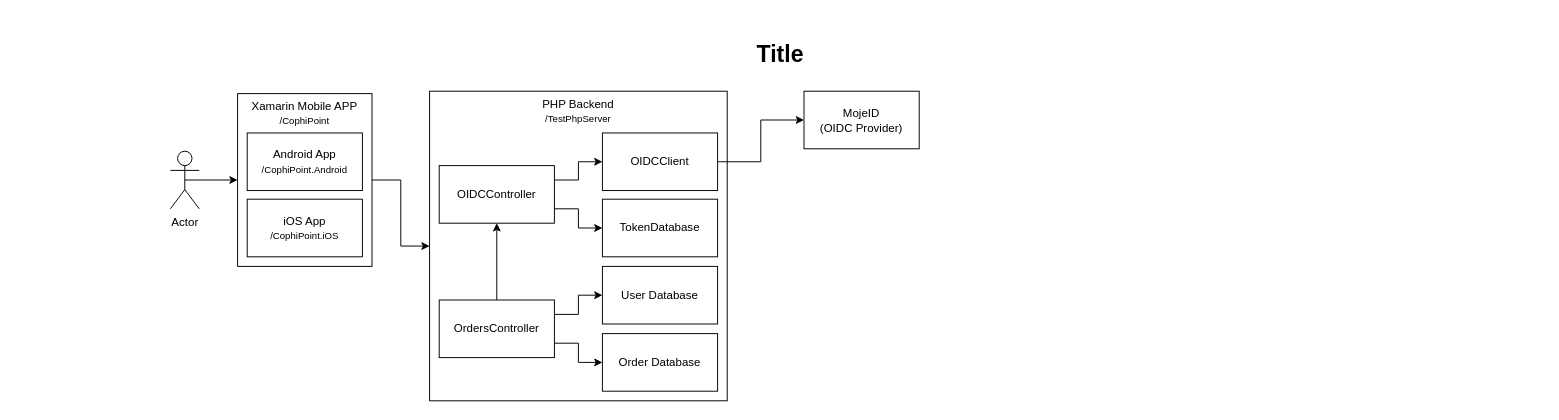
Earlier version of the draw.io diagram Docs/GeneralRelation.drawio (bubyx-nektvar/CophiPoint). Source tidied: cells renumbered, new cells numbered last; positions are measured from the earlier drawing's top-left corner, leaving out a move shared by most shapes. Both pictures are drawn from the tidied source at 96%, with x=0, y=0 at pixel (16, 36).
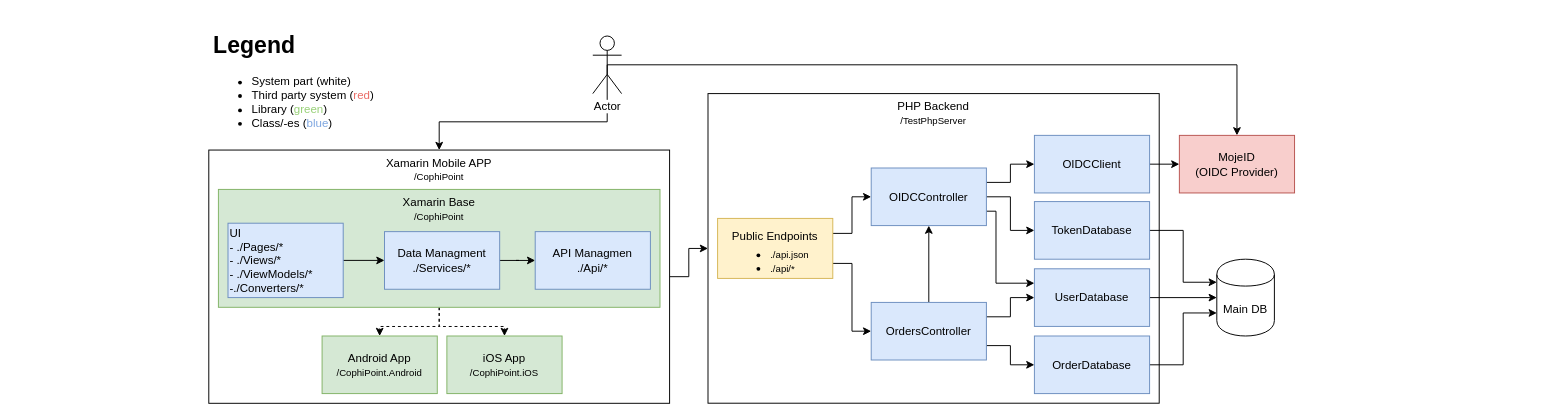
The same diagram, later.

Diff of the diagram source:
```diff
@@
-    <mxCell id="2" value="Title" style="text;strokeColor=none;fillColor=none;html=1;fontSize=24;fontStyle=1;verticalAlign=middle;align=center;" parent="1" vertex="1">
-      <mxGeometry width="1590" height="40" as="geometry" />
-    </mxCell>
+    <mxCell id="23" style="edgeStyle=orthogonalEdgeStyle;rounded=0;jettySize=auto;html=1;exitX=0.5;exitY=0.5;exitDx=0;exitDy=0;exitPerimeter=0;entryX=0.5;entryY=0;entryDx=0;entryDy=0;" parent="1" edge="1" source="4" target="19">
+      <mxGeometry relative="1" as="geometry" />
+    </mxCell>
-    <mxCell id="3" style="edgeStyle=orthogonalEdgeStyle;rounded=0;jettySize=auto;html=1;exitX=0.5;exitY=0.5;exitDx=0;exitDy=0;exitPerimeter=0;entryX=0;entryY=0.5;entryDx=0;entryDy=0;" parent="1" edge="1" source="4" target="6">
+    <mxCell id="3" style="edgeStyle=orthogonalEdgeStyle;rounded=0;jettySize=auto;html=1;exitX=0.5;exitY=0.5;exitDx=0;exitDy=0;exitPerimeter=0;entryX=0.5;entryY=0;entryDx=0;entryDy=0;" parent="1" edge="1" source="4" target="6">
       <mxGeometry relative="1" as="geometry" />
     </mxCell>
     <mxCell id="4" value="Actor" style="shape=umlActor;verticalLabelPosition=bottom;labelBackgroundColor=#ffffff;verticalAlign=top;html=1;outlineConnect=0;" parent="1" vertex="1">
-      <mxGeometry x="160" y="120" width="30" height="60" as="geometry" />
+      <mxGeometry x="600" width="30" height="60" as="geometry" />
     </mxCell>
@@
     <mxCell id="6" value="Xamarin Mobile APP&lt;br&gt;&lt;font style=&quot;font-size: 10px&quot;&gt;/CophiPoint&lt;/font&gt;" style="rounded=0;whiteSpace=wrap;html=1;verticalAlign=top;" parent="1" vertex="1">
-      <mxGeometry x="230" y="60" width="140" height="180" as="geometry" />
+      <mxGeometry x="200" y="118.8" width="480" height="263.8" as="geometry" />
     </mxCell>
     <mxCell id="7" value="PHP Backend&lt;br&gt;&lt;font style=&quot;font-size: 10px&quot;&gt;/TestPhpServer&lt;/font&gt;" style="rounded=0;whiteSpace=wrap;html=1;verticalAlign=top;" parent="1" vertex="1">
-      <mxGeometry x="430" y="57.5" width="310" height="322.5" as="geometry" />
+      <mxGeometry x="720" y="60" width="470" height="322.5" as="geometry" />
     </mxCell>
-    <mxCell id="8" value="Android App&lt;br&gt;&lt;font style=&quot;font-size: 10px&quot;&gt;/CophiPoint.Android&lt;/font&gt;" style="rounded=0;whiteSpace=wrap;html=1;" parent="1" vertex="1">
-      <mxGeometry x="240" y="101" width="120" height="60" as="geometry" />
+    <mxCell id="8" value="Android App&lt;br&gt;&lt;font style=&quot;font-size: 10px&quot;&gt;/CophiPoint.Android&lt;/font&gt;" style="rounded=0;whiteSpace=wrap;html=1;fillColor=#d5e8d4;strokeColor=#82b366;" parent="1" vertex="1">
+      <mxGeometry x="318" y="312.5" width="120" height="60" as="geometry" />
     </mxCell>
-    <mxCell id="9" value="iOS App&lt;br&gt;&lt;font style=&quot;font-size: 10px&quot;&gt;/CophiPoint.iOS&lt;/font&gt;" style="rounded=0;whiteSpace=wrap;html=1;" parent="1" vertex="1">
-      <mxGeometry x="240" y="170" width="120" height="60" as="geometry" />
+    <mxCell id="9" value="iOS App&lt;br&gt;&lt;font style=&quot;font-size: 10px&quot;&gt;/CophiPoint.iOS&lt;/font&gt;" style="rounded=0;whiteSpace=wrap;html=1;fillColor=#d5e8d4;strokeColor=#82b366;" parent="1" vertex="1">
+      <mxGeometry x="448" y="312.5" width="120" height="60" as="geometry" />
     </mxCell>
@@
-    <mxCell id="11" style="edgeStyle=orthogonalEdgeStyle;rounded=0;jettySize=auto;html=1;exitX=1;exitY=0.75;exitDx=0;exitDy=0;" parent="1" edge="1" source="12" target="20">
+    <mxCell id="11" style="edgeStyle=orthogonalEdgeStyle;rounded=0;jettySize=auto;html=1;exitX=1;exitY=0.5;exitDx=0;exitDy=0;" parent="1" edge="1" source="12" target="20">
       <mxGeometry relative="1" as="geometry" />
     </mxCell>
+    <mxCell id="24" style="edgeStyle=orthogonalEdgeStyle;rounded=0;jettySize=auto;html=1;exitX=1;exitY=0.75;exitDx=0;exitDy=0;entryX=0;entryY=0.25;entryDx=0;entryDy=0;" parent="1" edge="1" source="12" target="22">
+      <mxGeometry relative="1" as="geometry">
+        <Array as="points">
+          <mxPoint x="1020" y="182.5" />
+          <mxPoint x="1020" y="257.5" />
+        </Array>
+      </mxGeometry>
+    </mxCell>
-    <mxCell id="12" value="OIDCController" style="rounded=0;whiteSpace=wrap;html=1;" parent="1" vertex="1">
-      <mxGeometry x="440" y="135" width="120" height="60" as="geometry" />
+    <mxCell id="12" value="OIDCController" style="rounded=0;whiteSpace=wrap;html=1;fillColor=#dae8fc;strokeColor=#6c8ebf;" parent="1" vertex="1">
+      <mxGeometry x="890" y="137.5" width="120" height="60" as="geometry" />
     </mxCell>
@@
-    <mxCell id="14" value="OIDCClient" style="rounded=0;whiteSpace=wrap;html=1;" parent="1" vertex="1">
-      <mxGeometry x="610" y="101" width="120" height="60" as="geometry" />
+    <mxCell id="14" value="OIDCClient" style="rounded=0;whiteSpace=wrap;html=1;fillColor=#dae8fc;strokeColor=#6c8ebf;" parent="1" vertex="1">
+      <mxGeometry x="1060" y="103.5" width="120" height="60" as="geometry" />
     </mxCell>
@@
-    <mxCell id="18" value="OrdersController" style="rounded=0;whiteSpace=wrap;html=1;" parent="1" vertex="1">
-      <mxGeometry x="440" y="275" width="120" height="60" as="geometry" />
+    <mxCell id="18" value="OrdersController" style="rounded=0;whiteSpace=wrap;html=1;fillColor=#dae8fc;strokeColor=#6c8ebf;" parent="1" vertex="1">
+      <mxGeometry x="890" y="277.5" width="120" height="60" as="geometry" />
     </mxCell>
-    <mxCell id="19" value="MojeID &lt;br&gt;(OIDC Provider)" style="rounded=0;whiteSpace=wrap;html=1;" parent="1" vertex="1">
-      <mxGeometry x="820" y="57.5" width="120" height="60" as="geometry" />
+    <mxCell id="19" value="MojeID &lt;br&gt;(OIDC Provider)" style="rounded=0;whiteSpace=wrap;html=1;fillColor=#f8cecc;strokeColor=#b85450;" parent="1" vertex="1">
+      <mxGeometry x="1211" y="103.5" width="120" height="60" as="geometry" />
     </mxCell>
+    <mxCell id="25" style="edgeStyle=orthogonalEdgeStyle;rounded=0;jettySize=auto;html=1;exitX=1;exitY=0.5;exitDx=0;exitDy=0;entryX=0;entryY=0.3;entryDx=0;entryDy=0;" parent="1" edge="1" source="20" target="28">
+      <mxGeometry relative="1" as="geometry" />
+    </mxCell>
-    <mxCell id="20" value="TokenDatabase" style="rounded=0;whiteSpace=wrap;html=1;" parent="1" vertex="1">
-      <mxGeometry x="610" y="170" width="120" height="60" as="geometry" />
+    <mxCell id="20" value="TokenDatabase" style="rounded=0;whiteSpace=wrap;html=1;fillColor=#dae8fc;strokeColor=#6c8ebf;" parent="1" vertex="1">
+      <mxGeometry x="1060" y="172.5" width="120" height="60" as="geometry" />
     </mxCell>
+    <mxCell id="26" style="edgeStyle=orthogonalEdgeStyle;rounded=0;jettySize=auto;html=1;exitX=1;exitY=0.5;exitDx=0;exitDy=0;entryX=0;entryY=0.7;entryDx=0;entryDy=0;" parent="1" edge="1" source="21" target="28">
+      <mxGeometry relative="1" as="geometry" />
+    </mxCell>
-    <mxCell id="21" value="Order Database" style="rounded=0;whiteSpace=wrap;html=1;" parent="1" vertex="1">
-      <mxGeometry x="610" y="310" width="120" height="60" as="geometry" />
+    <mxCell id="21" value="OrderDatabase" style="rounded=0;whiteSpace=wrap;html=1;fillColor=#dae8fc;strokeColor=#6c8ebf;" parent="1" vertex="1">
+      <mxGeometry x="1060" y="312.5" width="120" height="60" as="geometry" />
     </mxCell>
+    <mxCell id="27" style="edgeStyle=orthogonalEdgeStyle;rounded=0;jettySize=auto;html=1;exitX=1;exitY=0.5;exitDx=0;exitDy=0;entryX=0;entryY=0.5;entryDx=0;entryDy=0;" parent="1" edge="1" source="22" target="28">
+      <mxGeometry relative="1" as="geometry" />
+    </mxCell>
-    <mxCell id="22" value="User Database" style="rounded=0;whiteSpace=wrap;html=1;" parent="1" vertex="1">
-      <mxGeometry x="610" y="240" width="120" height="60" as="geometry" />
+    <mxCell id="22" value="UserDatabase" style="rounded=0;whiteSpace=wrap;html=1;fillColor=#dae8fc;strokeColor=#6c8ebf;" parent="1" vertex="1">
+      <mxGeometry x="1060" y="242.5" width="120" height="60" as="geometry" />
     </mxCell>
+    <mxCell id="28" value="Main DB" style="shape=cylinder;whiteSpace=wrap;html=1;boundedLbl=1;backgroundOutline=1;" parent="1" vertex="1">
+      <mxGeometry x="1250" y="232.5" width="60" height="80" as="geometry" />
+    </mxCell>
+    <mxCell id="29" value="&lt;h1&gt;Legend&lt;/h1&gt;&lt;p&gt;&lt;/p&gt;&lt;ul&gt;&lt;li&gt;System part (white)&lt;/li&gt;&lt;li&gt;Third party system (&lt;font color=&quot;#ea6b66&quot;&gt;red&lt;/font&gt;)&lt;/li&gt;&lt;li&gt;Library (&lt;font color=&quot;#97d077&quot;&gt;green&lt;/font&gt;)&lt;/li&gt;&lt;li&gt;Class/-es (&lt;font color=&quot;#7ea6e0&quot;&gt;blue&lt;/font&gt;)&lt;br&gt;&lt;/li&gt;&lt;/ul&gt;&lt;p&gt;&lt;/p&gt;" style="text;html=1;strokeColor=none;fillColor=none;spacing=5;spacingTop=-20;whiteSpace=wrap;overflow=hidden;rounded=0;" parent="1" vertex="1">
+      <mxGeometry x="200" y="-10.5" width="190" height="120" as="geometry" />
+    </mxCell>
+    <mxCell id="30" style="edgeStyle=orthogonalEdgeStyle;rounded=0;jettySize=auto;html=1;exitX=0.5;exitY=1;exitDx=0;exitDy=0;dashed=1;" parent="1" edge="1" source="32" target="8">
+      <mxGeometry relative="1" as="geometry" />
+    </mxCell>
+    <mxCell id="31" style="edgeStyle=orthogonalEdgeStyle;rounded=0;jettySize=auto;html=1;exitX=0.5;exitY=1;exitDx=0;exitDy=0;entryX=0.5;entryY=0;entryDx=0;entryDy=0;dashed=1;" parent="1" edge="1" source="32" target="9">
+      <mxGeometry relative="1" as="geometry" />
+    </mxCell>
+    <mxCell id="32" value="Xamarin Base&lt;br&gt;&lt;font style=&quot;font-size: 10px&quot;&gt;/CophiPoint&lt;/font&gt;" style="rounded=0;whiteSpace=wrap;html=1;fillColor=#d5e8d4;strokeColor=#82b366;verticalAlign=top;" parent="1" vertex="1">
+      <mxGeometry x="210" y="159.8" width="460" height="122.8" as="geometry" />
+    </mxCell>
+    <mxCell id="33" style="edgeStyle=orthogonalEdgeStyle;rounded=0;jettySize=auto;html=1;exitX=1;exitY=0.75;exitDx=0;exitDy=0;entryX=0;entryY=0.5;entryDx=0;entryDy=0;" parent="1" edge="1" source="35" target="18">
+      <mxGeometry relative="1" as="geometry" />
+    </mxCell>
+    <mxCell id="34" style="edgeStyle=orthogonalEdgeStyle;rounded=0;jettySize=auto;html=1;exitX=1;exitY=0.25;exitDx=0;exitDy=0;entryX=0;entryY=0.5;entryDx=0;entryDy=0;" parent="1" edge="1" source="35" target="12">
+      <mxGeometry relative="1" as="geometry" />
+    </mxCell>
+    <mxCell id="35" value="&lt;p style=&quot;line-height: 0%&quot;&gt;Public Endpoints&lt;br&gt;&lt;/p&gt;&lt;ul&gt;&lt;li style=&quot;text-align: left&quot;&gt;&lt;span style=&quot;font-size: 10px&quot;&gt;./api.json&lt;/span&gt;&lt;br&gt;&lt;/li&gt;&lt;li style=&quot;text-align: left&quot;&gt;&lt;span style=&quot;font-size: 10px&quot;&gt;./api/*&lt;br&gt;&lt;/span&gt;&lt;/li&gt;&lt;/ul&gt;&lt;p&gt;&lt;/p&gt;" style="rounded=0;whiteSpace=wrap;html=1;verticalAlign=top;fillColor=#fff2cc;strokeColor=#d6b656;" parent="1" vertex="1">
+      <mxGeometry x="730" y="190" width="120" height="62.5" as="geometry" />
+    </mxCell>
+    <mxCell id="36" value="API Managmen&lt;br&gt;./Api/*" style="rounded=0;whiteSpace=wrap;html=1;fillColor=#dae8fc;strokeColor=#6c8ebf;" parent="1" vertex="1">
+      <mxGeometry x="540" y="203.8" width="120" height="60" as="geometry" />
+    </mxCell>
+    <mxCell id="37" style="edgeStyle=orthogonalEdgeStyle;rounded=0;jettySize=auto;html=1;exitX=1;exitY=0.5;exitDx=0;exitDy=0;" parent="1" edge="1" source="38" target="40">
+      <mxGeometry relative="1" as="geometry" />
+    </mxCell>
+    <mxCell id="38" value="&lt;div&gt;&lt;span&gt;UI&lt;/span&gt;&lt;/div&gt;&lt;div&gt;- ./Pages/*&lt;span&gt;&lt;br&gt;&lt;/span&gt;&lt;/div&gt;&lt;div&gt;&lt;span&gt;- ./Views/*&lt;/span&gt;&lt;/div&gt;&lt;div&gt;&lt;span&gt;- ./ViewModels/*&lt;/span&gt;&lt;/div&gt;&lt;div&gt;&lt;span&gt;-./Converters/*&lt;/span&gt;&lt;/div&gt;" style="rounded=0;whiteSpace=wrap;html=1;align=left;fillColor=#dae8fc;strokeColor=#6c8ebf;" parent="1" vertex="1">
+      <mxGeometry x="220" y="195" width="120" height="77.5" as="geometry" />
+    </mxCell>
+    <mxCell id="39" style="edgeStyle=orthogonalEdgeStyle;rounded=0;jettySize=auto;html=1;exitX=1;exitY=0.5;exitDx=0;exitDy=0;" parent="1" edge="1" source="40" target="36">
+      <mxGeometry relative="1" as="geometry" />
+    </mxCell>
+    <mxCell id="40" value="Data Managment&lt;br&gt;./Services/*" style="rounded=0;whiteSpace=wrap;html=1;fillColor=#dae8fc;strokeColor=#6c8ebf;" parent="1" vertex="1">
+      <mxGeometry x="383" y="203.8" width="120" height="60" as="geometry" />
+    </mxCell>
```
